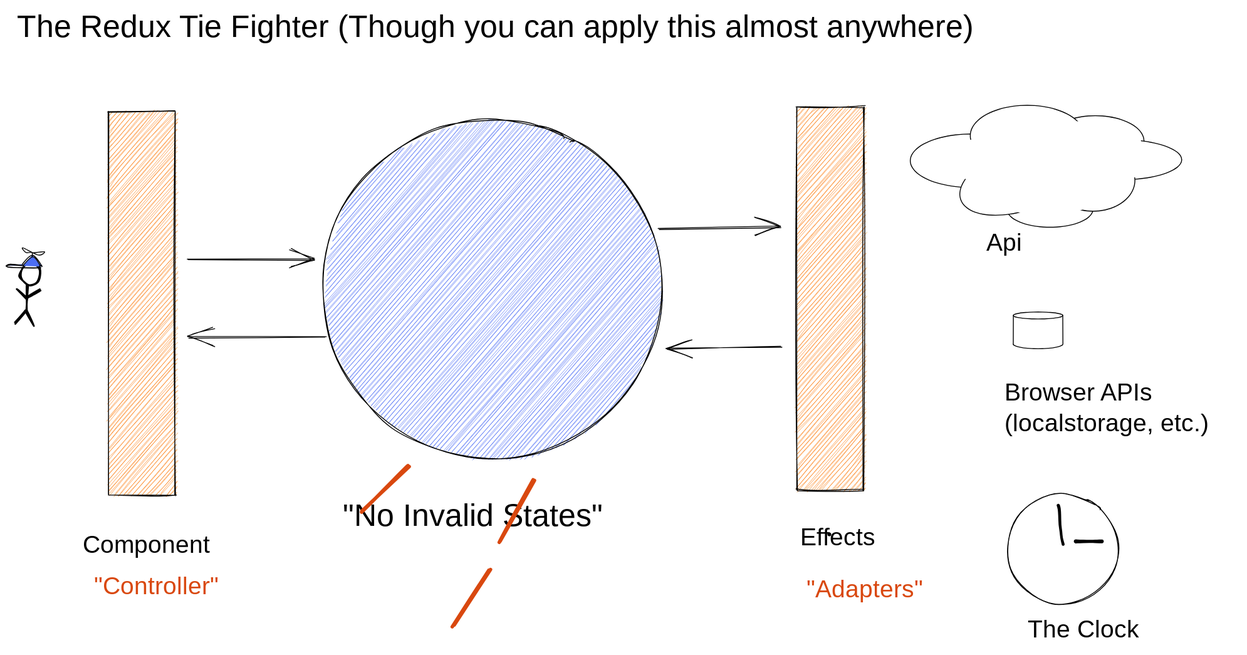
Above: static/img/redux-tie-fighter.excalidraw.svg in jimit0710/class-notes (Excalidraw), before the change. Source tidied: one line per element, renumbered; positions are measured from the earlier drawing's top-left corner, leaving out a move shared by most shapes.
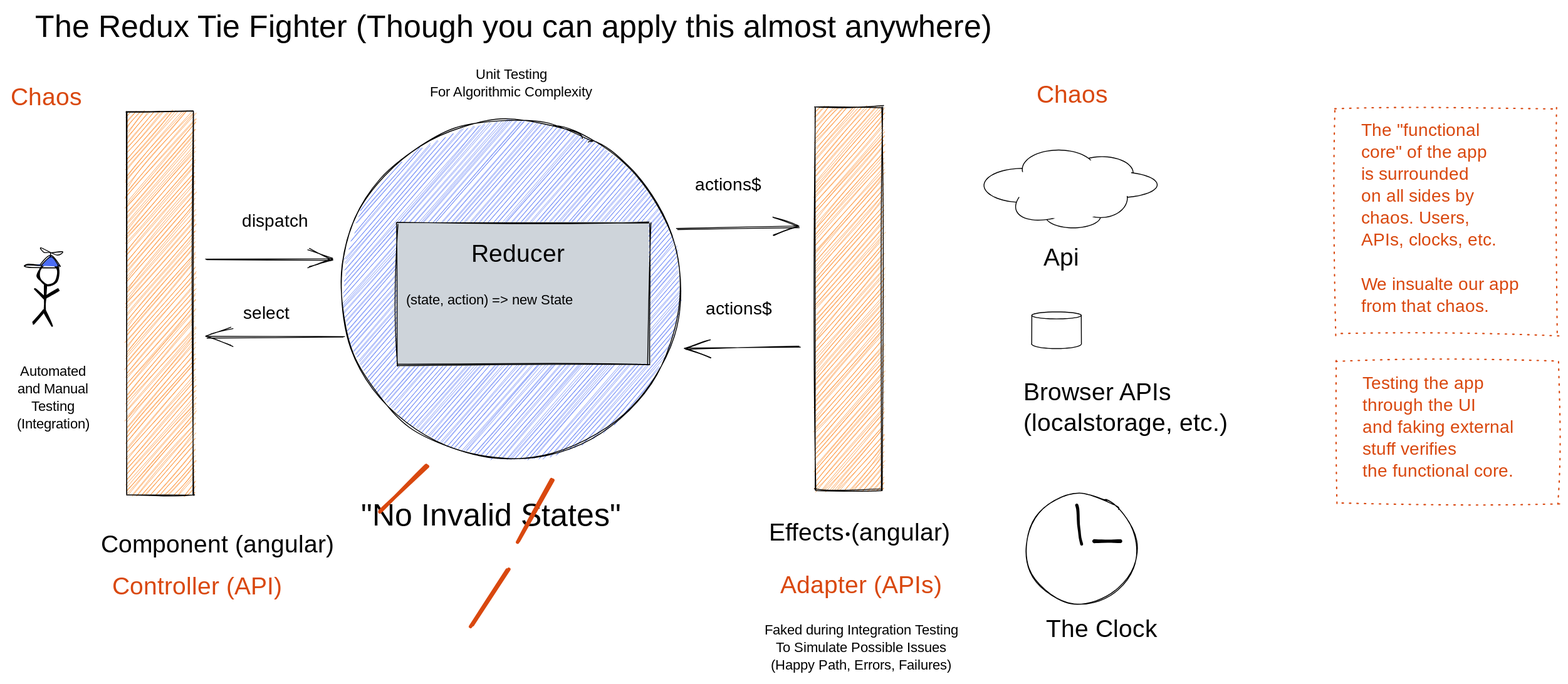
Above is the later version.

What changed in the source:
```diff
@@ -10,27 +10,27 @@
 {"id": 9, "type": "line", "strokeColor": "#000000", "strokeWidth": 1, "roughness": 0, "x": 26, "y": 283, "width": 25, "height": 11, "points": [[0, 0], [0, -5], [-7, -5], [-11, -11], [7, -2], [14, -6], [1, -5]]}
 {"id": 10, "type": "text", "text": "\"No Invalid States\"", "strokeColor": "#000000", "backgroundColor": "#4c6ef5", "fillStyle": "hachure", "strokeWidth": 1, "roughness": 1, "fontSize": 36, "fontFamily": 1, "x": 380, "y": 557, "width": 347, "height": 45}
 {"id": 11, "type": "rectangle", "strokeColor": "#000000", "backgroundColor": "#fd7e14", "fillStyle": "hachure", "strokeWidth": 1, "roughness": 1, "x": 113, "y": 117, "width": 76, "height": 437}
-{"id": 12, "type": "text", "text": "Component", "strokeColor": "#000000", "backgroundColor": "#fd7e14", "fillStyle": "hachure", "strokeWidth": 1, "roughness": 1, "fontSize": 28, "fontFamily": 1, "x": 84, "y": 595, "width": 139, "height": 35}
+{"id": 12, "type": "text", "text": "Component (angular)", "strokeColor": "#000000", "backgroundColor": "#fd7e14", "fillStyle": "hachure", "strokeWidth": 1, "roughness": 1, "fontSize": 28, "fontFamily": 1, "x": 84, "y": 595, "width": 274, "height": 35}
 {"id": 13, "type": "arrow", "strokeColor": "#000000", "backgroundColor": "#fd7e14", "fillStyle": "hachure", "strokeWidth": 1, "roughness": 1, "endArrowhead": "arrow", "from": 11, "to": 1, "x": 204, "y": 285, "width": 143, "height": 1, "points": [[0, 0], [143, 1]]}
 {"id": 14, "type": "arrow", "strokeColor": "#000000", "backgroundColor": "#fd7e14", "fillStyle": "hachure", "strokeWidth": 1, "roughness": 1, "endArrowhead": "arrow", "from": 1, "to": 11, "x": 361, "y": 373, "width": 157, "height": 2, "points": [[0, 0], [-157, 2]]}
-{"id": 15, "type": "ellipse", "strokeColor": "#000000", "backgroundColor": "#fff", "fillStyle": "solid", "strokeWidth": 1, "roughness": 0, "x": 1183, "y": 122, "width": 111, "height": 58}
+{"id": 15, "type": "ellipse", "strokeColor": "#000000", "backgroundColor": "#fff", "fillStyle": "solid", "strokeWidth": 1, "roughness": 0, "x": 1190, "y": 169, "width": 71, "height": 37}
-{"id": 16, "type": "ellipse", "strokeColor": "#000000", "backgroundColor": "#fff", "fillStyle": "solid", "strokeWidth": 1, "roughness": 0, "x": 1028, "y": 143, "width": 139, "height": 61}
+{"id": 16, "type": "ellipse", "strokeColor": "#000000", "backgroundColor": "#fff", "fillStyle": "solid", "strokeWidth": 1, "roughness": 0, "x": 1091, "y": 182, "width": 89, "height": 39}
-{"id": 17, "type": "ellipse", "strokeColor": "#000000", "backgroundColor": "#fff", "fillStyle": "solid", "strokeWidth": 1, "roughness": 0, "x": 1138, "y": 208, "width": 98, "height": 41}
+{"id": 17, "type": "ellipse", "strokeColor": "#000000", "backgroundColor": "#fff", "fillStyle": "solid", "strokeWidth": 1, "roughness": 0, "x": 1161, "y": 223, "width": 63, "height": 26}
-{"id": 18, "type": "ellipse", "strokeColor": "#000000", "backgroundColor": "#fff", "fillStyle": "solid", "strokeWidth": 1, "roughness": 0, "x": 1096, "y": 110, "width": 130, "height": 69}
+{"id": 18, "type": "ellipse", "strokeColor": "#000000", "backgroundColor": "#fff", "fillStyle": "solid", "strokeWidth": 1, "roughness": 0, "x": 1134, "y": 161, "width": 83, "height": 44}
-{"id": 19, "type": "ellipse", "strokeColor": "#000000", "backgroundColor": "#fff", "fillStyle": "solid", "strokeWidth": 1, "roughness": 0, "x": 1196, "y": 149, "width": 141, "height": 46}
+{"id": 19, "type": "ellipse", "strokeColor": "#000000", "backgroundColor": "#fff", "fillStyle": "solid", "strokeWidth": 1, "roughness": 0, "x": 1198, "y": 186, "width": 90, "height": 29}
-{"id": 20, "type": "ellipse", "strokeColor": "#000000", "angle": 5.95, "backgroundColor": "#fff", "fillStyle": "solid", "strokeWidth": 1, "roughness": 0, "x": 1081, "y": 157, "width": 147, "height": 73}
+{"id": 20, "type": "ellipse", "strokeColor": "#000000", "angle": 5.95, "backgroundColor": "#fff", "fillStyle": "solid", "strokeWidth": 1, "roughness": 0, "x": 1125, "y": 191, "width": 94, "height": 46}
-{"id": 21, "type": "ellipse", "strokeColor": "#000000", "backgroundColor": "#fff", "fillStyle": "solid", "strokeWidth": 1, "roughness": 0, "x": 1189, "y": 160, "width": 95, "height": 70}
+{"id": 21, "type": "ellipse", "strokeColor": "#000000", "backgroundColor": "#fff", "fillStyle": "solid", "strokeWidth": 1, "roughness": 0, "x": 1193, "y": 193, "width": 61, "height": 45}
-{"id": 22, "type": "ellipse", "strokeColor": "transparent", "backgroundColor": "#fff", "fillStyle": "solid", "strokeWidth": 1, "roughness": 0, "x": 1085, "y": 131, "width": 175, "height": 95}
+{"id": 22, "type": "ellipse", "strokeColor": "transparent", "backgroundColor": "#fff", "fillStyle": "solid", "strokeWidth": 1, "roughness": 0, "x": 1127, "y": 174, "width": 112, "height": 61}
-{"id": 23, "type": "ellipse", "strokeColor": "transparent", "backgroundColor": "#fff", "fillStyle": "solid", "strokeWidth": 1, "roughness": 0, "x": 1131, "y": 208, "width": 102, "height": 26}
+{"id": 23, "type": "ellipse", "strokeColor": "transparent", "backgroundColor": "#fff", "fillStyle": "solid", "strokeWidth": 1, "roughness": 0, "x": 1157, "y": 224, "width": 65, "height": 17}
-{"id": 24, "type": "ellipse", "strokeColor": "transparent", "angle": 0.11, "backgroundColor": "#fff", "fillStyle": "solid", "strokeWidth": 1, "roughness": 0, "x": 1174, "y": 129, "width": 117, "height": 31}
+{"id": 24, "type": "ellipse", "strokeColor": "transparent", "angle": 0.11, "backgroundColor": "#fff", "fillStyle": "solid", "strokeWidth": 1, "roughness": 0, "x": 1184, "y": 173, "width": 75, "height": 20}
-{"id": 25, "type": "ellipse", "strokeColor": "transparent", "angle": 0.11, "backgroundColor": "#fff", "fillStyle": "solid", "strokeWidth": 1, "roughness": 0, "x": 1191, "y": 160, "width": 117, "height": 31}
+{"id": 25, "type": "ellipse", "strokeColor": "transparent", "angle": 0.11, "backgroundColor": "#fff", "fillStyle": "solid", "strokeWidth": 1, "roughness": 0, "x": 1195, "y": 193, "width": 75, "height": 20}
-{"id": 26, "type": "ellipse", "strokeColor": "transparent", "backgroundColor": "#fff", "fillStyle": "solid", "strokeWidth": 1, "roughness": 0, "x": 1060, "y": 148, "width": 124, "height": 30}
+{"id": 26, "type": "ellipse", "strokeColor": "transparent", "backgroundColor": "#fff", "fillStyle": "solid", "strokeWidth": 1, "roughness": 0, "x": 1111, "y": 185, "width": 79, "height": 19}
 {"id": 27, "type": "ellipse", "strokeColor": "#000000", "strokeWidth": 1, "roughness": 0, "x": 1145, "y": 346, "width": 56, "height": 8}
 {"id": 28, "type": "ellipse", "strokeColor": "#000000", "strokeWidth": 1, "roughness": 0, "x": 1145, "y": 377, "width": 57, "height": 11}
 {"id": 29, "type": "rectangle", "strokeColor": "#ffff", "backgroundColor": "#fff", "fillStyle": "solid", "strokeWidth": 4, "roughness": 0, "x": 1146, "y": 373, "width": 55, "height": 7}
 {"id": 30, "type": "line", "strokeColor": "#000000", "strokeWidth": 1, "roughness": 0, "x": 1201, "y": 349, "width": 0, "height": 33, "points": [[0, 0], [0, 33]]}
 {"id": 31, "type": "line", "strokeColor": "#000000", "strokeWidth": 1, "roughness": 0, "x": 1145, "y": 350, "width": 0, "height": 33, "points": [[0, 0], [0, 33]]}
-{"id": 32, "type": "text", "text": "Api", "strokeColor": "#000000", "backgroundColor": "#fd7e14", "fillStyle": "hachure", "strokeWidth": 1, "roughness": 1, "fontSize": 28, "fontFamily": 1, "x": 1114, "y": 250, "width": 39, "height": 35}
+{"id": 32, "type": "text", "text": "Api", "strokeColor": "#000000", "backgroundColor": "#fd7e14", "fillStyle": "hachure", "strokeWidth": 1, "roughness": 1, "fontSize": 28, "fontFamily": 1, "x": 1158, "y": 268, "width": 39, "height": 35}
 {"id": 33, "type": "text", "text": "Browser APIs\n(localstorage, etc.)", "strokeColor": "#000000", "backgroundColor": "#fd7e14", "fillStyle": "hachure", "strokeWidth": 1, "roughness": 1, "fontSize": 28, "fontFamily": 1, "x": 1135, "y": 422, "width": 266, "height": 70}
 {"id": 34, "type": "ellipse", "strokeColor": "#000000", "strokeWidth": 1, "roughness": 1, "x": 1138, "y": 553, "width": 126, "height": 126}
 {"id": 35, "type": "freedraw", "strokeColor": "#000000", "strokeWidth": 1, "roughness": 1, "x": 1196, "y": 566, "width": 6, "height": 46, "points": [[0, 0], [1, 0], [2, 2], [2, 6], [2, 17], [2, 30], [4, 36], [4, 42], [6, 46], [6, 46]]}
@@ -38,11 +38,27 @@
 {"id": 37, "type": "freedraw", "strokeColor": "#000000", "strokeWidth": 1, "roughness": 1, "x": 1216, "y": 607, "width": 30, "height": 0, "points": [[0, 0], [2, 0], [7, 0], [19, 0], [22, 0], [23, 0], [26, 0], [27, 0], [28, 0], [29, 0], [30, 0], [30, 0]]}
 {"id": 38, "type": "text", "text": "The Clock", "strokeColor": "#000000", "strokeWidth": 1, "roughness": 1, "fontSize": 28, "fontFamily": 1, "x": 1161, "y": 692, "width": 135, "height": 35}
 {"id": 39, "type": "rectangle", "strokeColor": "#000000", "backgroundColor": "#fd7e14", "fillStyle": "hachure", "strokeWidth": 1, "roughness": 1, "x": 898, "y": 112, "width": 76, "height": 437}
-{"id": 40, "type": "text", "text": "Effects", "strokeColor": "#000000", "strokeWidth": 1, "roughness": 1, "fontSize": 28, "fontFamily": 1, "x": 902, "y": 586, "width": 107, "height": 35}
+{"id": 40, "type": "text", "text": "Effects (angular)", "strokeColor": "#000000", "strokeWidth": 1, "roughness": 1, "fontSize": 28, "fontFamily": 1, "x": 845, "y": 582, "width": 242, "height": 35}
 {"id": 41, "type": "arrow", "strokeColor": "#000000", "strokeWidth": 1, "roughness": 1, "endArrowhead": "arrow", "from": 1, "to": 39, "x": 741, "y": 252, "width": 139, "height": 3, "points": [[0, 0], [139, -3]]}
 {"id": 42, "type": "arrow", "strokeColor": "#000000", "strokeWidth": 1, "roughness": 1, "endArrowhead": "arrow", "from": 39, "to": 1, "x": 881, "y": 386, "width": 130, "height": 1, "points": [[0, 0], [-130, 1]]}
 {"id": 43, "type": "line", "strokeColor": "#d9480f", "strokeWidth": 4, "roughness": 1, "x": 456, "y": 522, "width": 55, "height": 51, "points": [[0, 0], [-55, 51]]}
 {"id": 44, "type": "line", "strokeColor": "#d9480f", "strokeWidth": 4, "roughness": 1, "x": 599, "y": 537, "width": 39, "height": 70, "points": [[0, 0], [-39, 70]]}
 {"id": 45, "type": "line", "strokeColor": "#d9480f", "strokeWidth": 4, "roughness": 1, "x": 547, "y": 640, "width": 41, "height": 64, "points": [[0, 0], [-41, 64]]}
-{"id": 46, "type": "text", "text": "\"Controller\"", "strokeColor": "#d9480f", "strokeWidth": 4, "roughness": 1, "fontSize": 28, "fontFamily": 1, "x": 97, "y": 642, "width": 151, "height": 35}
+{"id": 46, "type": "text", "text": "Controller (API)", "strokeColor": "#d9480f", "strokeWidth": 4, "roughness": 1, "fontSize": 28, "fontFamily": 1, "x": 97, "y": 642, "width": 220, "height": 35}
-{"id": 47, "type": "text", "text": "\"Adapters\"", "strokeColor": "#d9480f", "strokeWidth": 4, "roughness": 1, "fontSize": 28, "fontFamily": 1, "x": 909, "y": 646, "width": 145, "height": 35}
+{"id": 47, "type": "text", "text": "Adapter (APIs)", "strokeColor": "#d9480f", "strokeWidth": 4, "roughness": 1, "fontSize": 28, "fontFamily": 1, "x": 858, "y": 642, "width": 213, "height": 35}
+{"id": 48, "type": "text", "text": "dispatch", "strokeColor": "#000000", "strokeWidth": 1, "roughness": 1, "fontSize": 20, "fontFamily": 1, "x": 245, "y": 231, "width": 82, "height": 25}
+{"id": 49, "type": "text", "text": "select", "strokeColor": "#000000", "strokeWidth": 1, "roughness": 1, "fontSize": 20, "fontFamily": 1, "x": 246, "y": 336, "width": 60, "height": 25}
+{"id": 50, "type": "text", "text": "actions$", "strokeColor": "#000000", "strokeWidth": 1, "roughness": 1, "fontSize": 20, "fontFamily": 1, "x": 761, "y": 189, "width": 87, "height": 25}
+{"id": 51, "type": "text", "text": "actions$", "strokeColor": "#000000", "strokeWidth": 1, "roughness": 1, "fontSize": 20, "fontFamily": 1, "x": 773, "y": 331, "width": 87, "height": 25}
+{"id": 52, "type": "rectangle", "strokeColor": "#000000", "backgroundColor": "#ced4da", "fillStyle": "solid", "strokeWidth": 1, "roughness": 1, "x": 421, "y": 244, "width": 288, "height": 162}
+{"id": 53, "type": "text", "text": "(state, action) => new State", "strokeColor": "#000000", "backgroundColor": "#ced4da", "fillStyle": "solid", "strokeWidth": 1, "roughness": 1, "fontSize": 16, "fontFamily": 3, "x": 432, "y": 322, "width": 264, "height": 19}
+{"id": 54, "type": "text", "text": "Reducer", "strokeColor": "#000000", "backgroundColor": "#ced4da", "fillStyle": "solid", "strokeWidth": 1, "roughness": 1, "fontSize": 28, "fontFamily": 1, "x": 506, "y": 264, "width": 109, "height": 35}
+{"id": 55, "type": "text", "text": "Chaos", "strokeColor": "#d9480f", "backgroundColor": "#ced4da", "fillStyle": "solid", "strokeWidth": 1, "roughness": 1, "fontSize": 28, "fontFamily": 1, "x": -19, "y": 85, "width": 82, "height": 35}
+{"id": 56, "type": "text", "text": "Chaos", "strokeColor": "#d9480f", "backgroundColor": "#ced4da", "fillStyle": "solid", "strokeWidth": 1, "roughness": 1, "fontSize": 28, "fontFamily": 1, "x": 1150, "y": 82, "width": 82, "height": 35}
+{"id": 57, "type": "rectangle", "strokeColor": "#d9480f", "strokeWidth": 1, "strokeStyle": "dotted", "roughness": 1, "x": 1490, "y": 113, "width": 254, "height": 259}
+{"id": 58, "type": "text", "text": "The \"functional\ncore\" of the app\nis surrounded\non all sides by\nchaos. Users,\nAPIs, clocks, etc.\n\nWe insualte our app\nfrom that chaos.", "strokeColor": "#d9480f", "strokeWidth": 1, "strokeStyle": "dotted", "roughness": 1, "fontSize": 20, "fontFamily": 1, "x": 1520, "y": 127, "width": 197, "height": 225}
+{"id": 59, "type": "rectangle", "strokeColor": "#d9480f", "strokeWidth": 1, "strokeStyle": "dotted", "roughness": 1, "x": 1492, "y": 401, "width": 254, "height": 164}
+{"id": 60, "type": "text", "text": "Testing the app\nthrough the UI\nand faking external\nstuff verifies\nthe functional core.", "strokeColor": "#d9480f", "strokeWidth": 1, "strokeStyle": "dotted", "roughness": 1, "fontSize": 20, "fontFamily": 1, "x": 1522, "y": 415, "width": 194, "height": 125}
+{"id": 61, "type": "text", "text": "Automated\nand Manual\nTesting\n(Integration)", "strokeColor": "#000000", "strokeWidth": 1, "strokeStyle": "dotted", "roughness": 1, "fontSize": 16, "fontFamily": 1, "textAlign": "center", "x": -21, "y": 405, "width": 101, "height": 80}
+{"id": 62, "type": "text", "text": "Unit Testing\nFor Algorithmic Complexity", "strokeColor": "#000000", "strokeWidth": 1, "strokeStyle": "dotted", "roughness": 1, "fontSize": 16, "fontFamily": 1, "textAlign": "center", "x": 451, "y": 66, "width": 202, "height": 40}
+{"id": 63, "type": "text", "text": "Faked during Integration Testing\nTo Simulate Possible Issues\n(Happy Path, Errors, Failures)", "strokeColor": "#000000", "strokeWidth": 1, "strokeStyle": "dotted", "roughness": 1, "fontSize": 16, "fontFamily": 1, "textAlign": "center", "x": 821, "y": 700, "width": 260, "height": 60}
```
